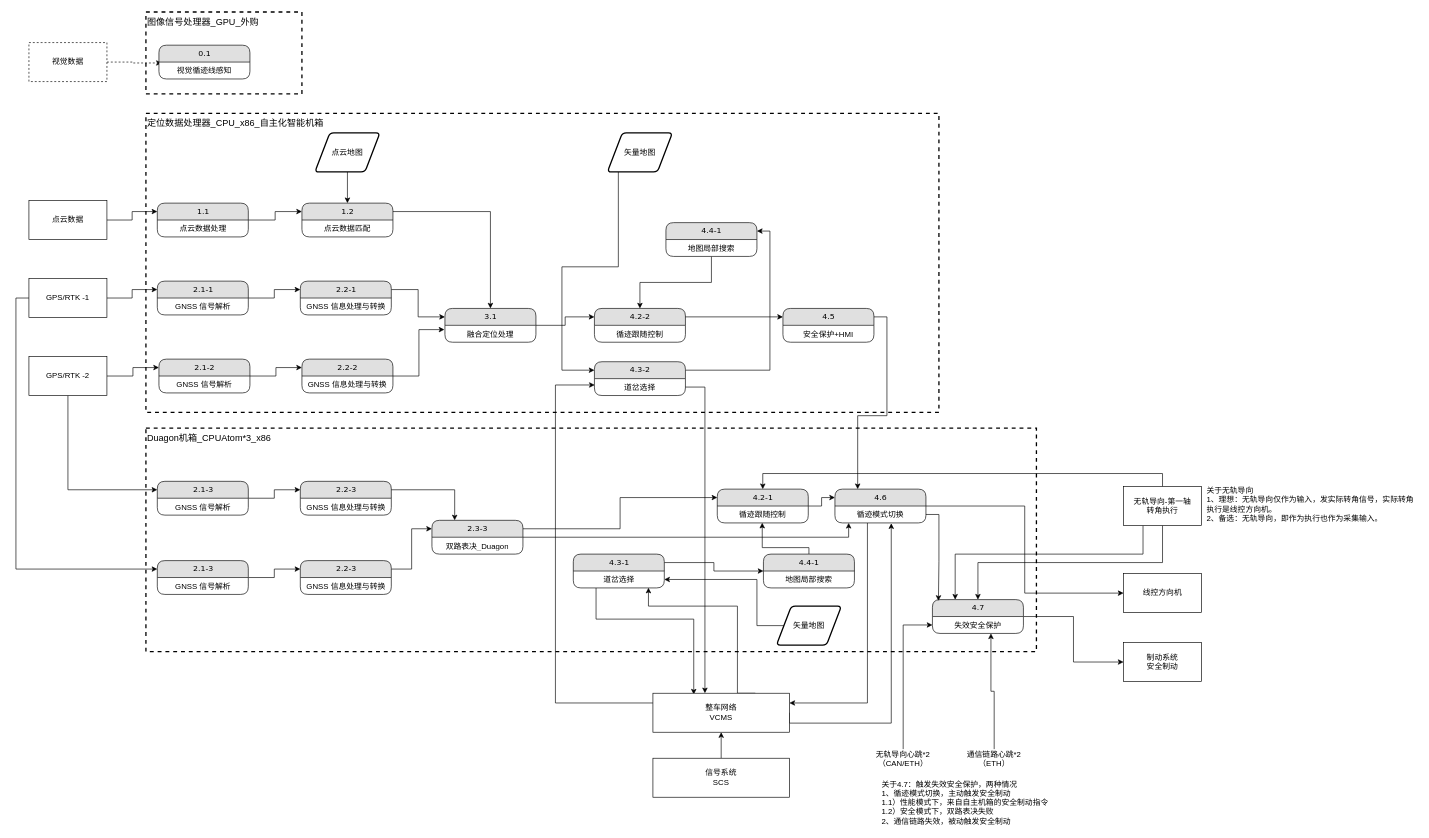
This is page "数据流" (2 of 2) of 马来循迹控制_SIL2方案_V2_pub230815.drawio from FrankWong-cs/SharingwithColleagues, a draw.io file, before an edit. Source tidied: cells renumbered, new cells numbered last; positions are measured from the earlier drawing's top-left corner, leaving out a move shared by most shapes. Both pictures are drawn from the tidied source at 65%, with x=0, y=0 at pixel (29, 12).
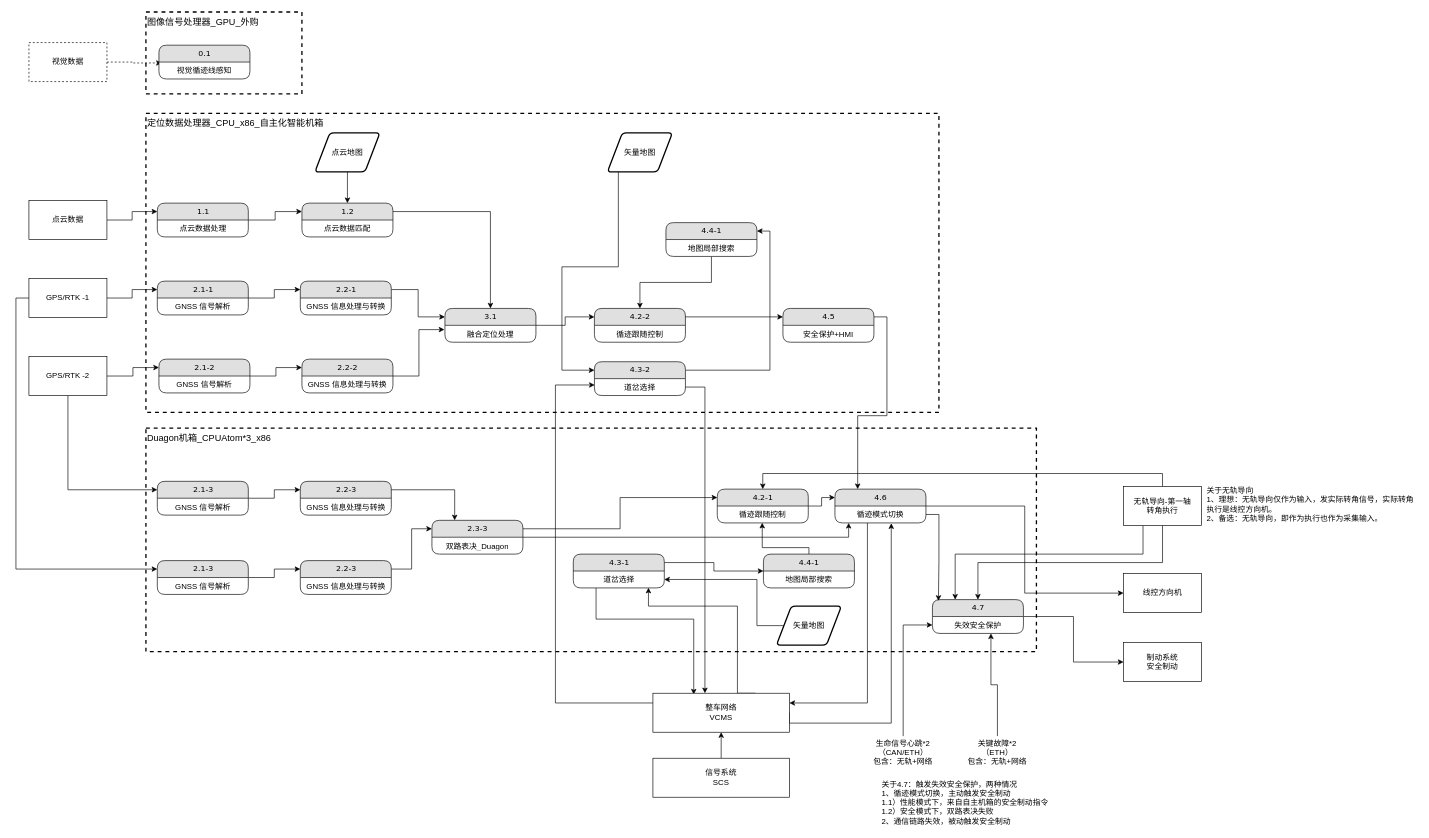
Above is the later version.

Commit message:
Update 马来循迹控制_SIL2方案_V2_pub230815.drawio

Diff of the diagram source:
```diff
@@
-    <mxCell id="68" value="无轨导向心跳*2（CAN/ETH）" style="text;html=1;strokeColor=none;fillColor=none;align=center;verticalAlign=middle;whiteSpace=wrap;rounded=0;" parent="1" vertex="1">
-      <mxGeometry x="1290" y="1134" width="110" height="30" as="geometry" />
+    <mxCell id="68" value="生命信号心跳*2（CAN/ETH）&lt;br&gt;包含：无轨+网络" style="text;html=1;strokeColor=none;fillColor=none;align=center;verticalAlign=middle;whiteSpace=wrap;rounded=0;" parent="1" vertex="1">
+      <mxGeometry x="1290" y="1114" width="110" height="50" as="geometry" />
     </mxCell>
@@
-    <mxCell id="70" value="通信链路心跳*2（ETH）" style="text;html=1;strokeColor=none;fillColor=none;align=center;verticalAlign=middle;whiteSpace=wrap;rounded=0;" parent="1" vertex="1">
-      <mxGeometry x="1440" y="1134" width="90" height="30" as="geometry" />
+    <mxCell id="70" value="关键故障*2（ETH）&lt;br&gt;包含：无轨+网络" style="text;html=1;strokeColor=none;fillColor=none;align=center;verticalAlign=middle;whiteSpace=wrap;rounded=0;" parent="1" vertex="1">
+      <mxGeometry x="1440" y="1114" width="100" height="50" as="geometry" />
     </mxCell>
```
